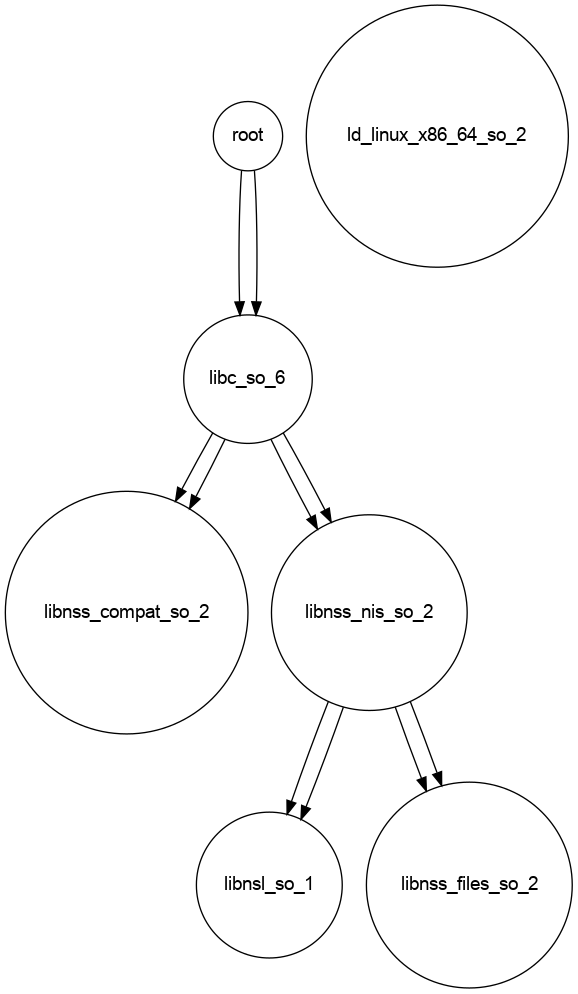
buildsi/ldaudit-yaml keeps this Graphviz diagram as audit.png. Above is the earlier version. Its source is kept beside it as audit.dot.
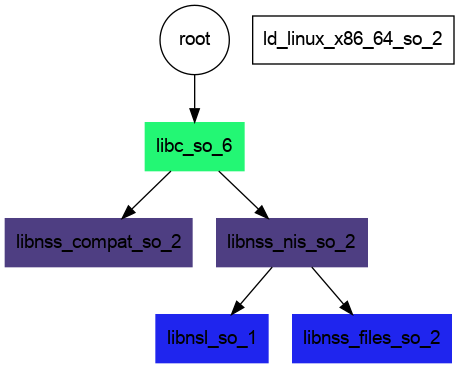
The same file after the commit.

Commit message:
add colors and use box to make diagram smaller

The edit, as a diff of the source:
```diff
@@ -3,21 +3,17 @@
 node [fontname="Arial"];
 
 root [shape=circle]
-ld_linux_x86_64_so_2 [shape=circle]
-libc_so_6 [shape=circle]
-libnss_compat_so_2 [shape=circle]
-libnss_nis_so_2 [shape=circle]
-libnsl_so_1 [shape=circle]
-libnss_files_so_2 [shape=circle]
-root -> libc_so_6
+ld_linux_x86_64_so_2 [shape=box]
+libc_so_6 [shape=box,style=filled,color="#23F774"]
+libnss_compat_so_2 [shape=box,style=filled,color="#4E3E82"]
+libnss_nis_so_2 [shape=box,style=filled,color="#4E3E82"]
+libnsl_so_1 [shape=box,style=filled,color="#1F25EE"]
+libnss_files_so_2 [shape=box,style=filled,color="#1F25EE"]
+
 root -> libc_so_6
 libc_so_6 -> libnss_compat_so_2
-libc_so_6 -> libnss_compat_so_2
-libc_so_6 -> libnss_nis_so_2
 libc_so_6 -> libnss_nis_so_2
 libnss_nis_so_2 -> libnsl_so_1
-libnss_nis_so_2 -> libnsl_so_1
-libnss_nis_so_2 -> libnss_files_so_2
 libnss_nis_so_2 -> libnss_files_so_2
 
 }
```
